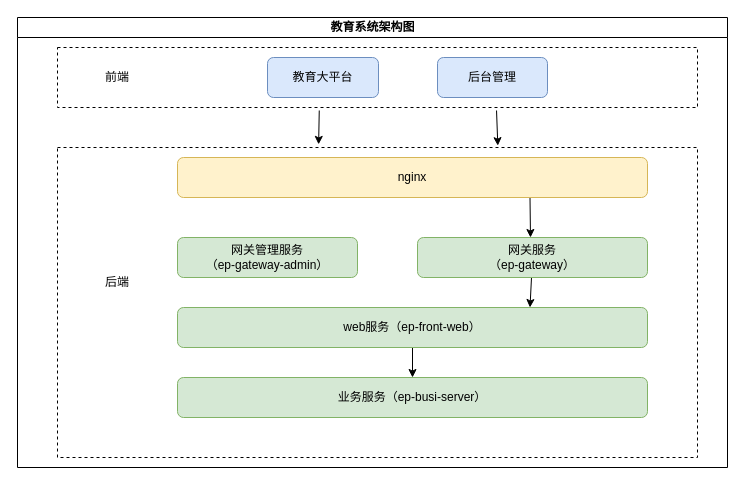
Before: 教育架构图.drawio in liangdengming/diagrams, a draw.io diagram. Source tidied: cells renumbered, new cells numbered last; positions are measured from the earlier drawing's top-left corner, leaving out a move shared by most shapes. Both pictures are drawn from the tidied source at 100%, with x=0, y=0 at pixel (17, 17).
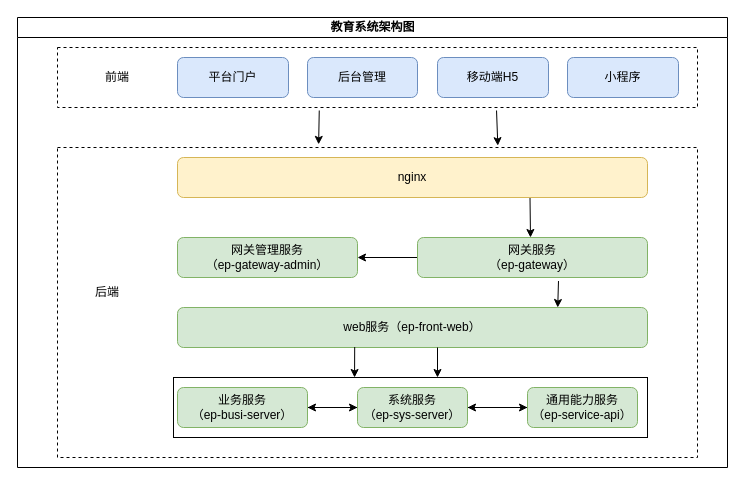
Above is the later version.

Commit message:
教育架构图.drawio

Unchanged cells that the change refers to:
```xml
<mxCell id="2" value="教育系统架构图" style="swimlane;html=1;startSize=20;horizontal=1;containerType=tree;glass=0;" parent="1" vertex="1">
  <mxGeometry width="710" height="450" as="geometry" />
</mxCell>
<mxCell id="12" value="网关服务&lt;br&gt;（ep-gateway）" style="rounded=1;whiteSpace=wrap;html=1;fillColor=#d5e8d4;strokeColor=#82b366;" parent="2" vertex="1">
  <mxGeometry x="400" y="220" width="230" height="40" as="geometry" />
</mxCell>
<mxCell id="14" value="web服务（ep-front-web）" style="rounded=1;whiteSpace=wrap;html=1;fillColor=#d5e8d4;strokeColor=#82b366;" parent="2" vertex="1">
  <mxGeometry x="160" y="290" width="470" height="40" as="geometry" />
</mxCell>
<mxCell id="17" value="网关管理服务&lt;br&gt;（ep-gateway-admin）" style="rounded=1;whiteSpace=wrap;html=1;fillColor=#d5e8d4;strokeColor=#82b366;" parent="2" vertex="1">
  <mxGeometry x="160" y="220" width="180" height="40" as="geometry" />
</mxCell>
```

The edit, as a diff of the source:
```diff
@@
-    <mxCell id="6" value="教育大平台" style="rounded=1;whiteSpace=wrap;html=1;fillColor=#dae8fc;strokeColor=#6c8ebf;" parent="2" vertex="1">
-      <mxGeometry x="250" y="40" width="111" height="40" as="geometry" />
+    <mxCell id="6" value="平台门户" style="rounded=1;whiteSpace=wrap;html=1;fillColor=#dae8fc;strokeColor=#6c8ebf;" parent="2" vertex="1">
+      <mxGeometry x="160" y="40" width="111" height="40" as="geometry" />
     </mxCell>
     <mxCell id="7" value="后台管理" style="rounded=1;whiteSpace=wrap;html=1;fillColor=#dae8fc;strokeColor=#6c8ebf;" parent="2" vertex="1">
-      <mxGeometry x="420" y="40" width="110" height="40" as="geometry" />
+      <mxGeometry x="290" y="40" width="110" height="40" as="geometry" />
     </mxCell>
@@
     <mxCell id="10" value="后端" style="text;html=1;strokeColor=none;fillColor=none;align=center;verticalAlign=middle;whiteSpace=wrap;rounded=0;" parent="2" vertex="1">
-      <mxGeometry x="70" y="250" width="60" height="30" as="geometry" />
+      <mxGeometry x="60" y="260" width="60" height="30" as="geometry" />
     </mxCell>
-    <mxCell id="11" style="rounded=0;jettySize=auto;html=1;entryX=0.75;entryY=0;entryDx=0;entryDy=0;" parent="2" edge="1" source="12" target="14">
+    <mxCell id="11" style="rounded=0;jettySize=auto;html=1;entryX=0.809;entryY=0;entryDx=0;entryDy=0;exitX=0.613;exitY=1.088;exitDx=0;exitDy=0;entryPerimeter=0;exitPerimeter=0;" parent="2" edge="1" source="12" target="14">
       <mxGeometry relative="1" as="geometry" />
     </mxCell>
+    <mxCell id="19" style="edgeStyle=orthogonalEdgeStyle;rounded=0;jettySize=auto;html=1;entryX=1;entryY=0.5;entryDx=0;entryDy=0;" parent="2" edge="1" source="12" target="17">
+      <mxGeometry relative="1" as="geometry" />
+    </mxCell>
@@
-    <mxCell id="13" style="edgeStyle=none;rounded=0;jettySize=auto;html=1;entryX=0.5;entryY=0;entryDx=0;entryDy=0;" parent="2" edge="1" source="14" target="18">
-      <mxGeometry relative="1" as="geometry" />
-    </mxCell>
@@
-    <mxCell id="18" value="业务服务（ep-busi-server）" style="rounded=1;whiteSpace=wrap;html=1;fillColor=#d5e8d4;strokeColor=#82b366;" parent="2" vertex="1">
-      <mxGeometry x="160" y="360" width="470" height="40" as="geometry" />
-    </mxCell>
+    <mxCell id="20" value="移动端H5" style="rounded=1;whiteSpace=wrap;html=1;fillColor=#dae8fc;strokeColor=#6c8ebf;" parent="2" vertex="1">
+      <mxGeometry x="420" y="40" width="111" height="40" as="geometry" />
+    </mxCell>
+    <mxCell id="21" value="小程序" style="rounded=1;whiteSpace=wrap;html=1;fillColor=#dae8fc;strokeColor=#6c8ebf;" parent="2" vertex="1">
+      <mxGeometry x="550" y="40" width="111" height="40" as="geometry" />
+    </mxCell>
+    <mxCell id="22" style="edgeStyle=none;rounded=0;orthogonalLoop=1;jettySize=auto;html=1;entryX=0.5;entryY=0;entryDx=0;entryDy=0;" parent="2" edge="1">
+      <mxGeometry relative="1" as="geometry">
+        <mxPoint x="420" y="330" as="sourcePoint" />
+        <mxPoint x="420" y="360" as="targetPoint" />
+      </mxGeometry>
+    </mxCell>
+    <mxCell id="23" style="rounded=0;whiteSpace=wrap;html=1;" parent="2" vertex="1">
+      <mxGeometry x="156" y="360" width="474" height="60" as="geometry" />
+    </mxCell>
+    <mxCell id="24" style="edgeStyle=orthogonalEdgeStyle;rounded=0;jettySize=auto;html=1;" parent="2" edge="1" source="25" target="28">
+      <mxGeometry relative="1" as="geometry" />
+    </mxCell>
+    <mxCell id="25" value="业务服务&lt;br&gt;（ep-busi-server）" style="rounded=1;whiteSpace=wrap;html=1;fillColor=#d5e8d4;strokeColor=#82b366;" parent="2" vertex="1">
+      <mxGeometry x="160" y="370" width="130" height="40" as="geometry" />
+    </mxCell>
+    <mxCell id="26" style="edgeStyle=orthogonalEdgeStyle;rounded=0;jettySize=auto;html=1;entryX=0;entryY=0.5;entryDx=0;entryDy=0;" parent="2" edge="1" source="28" target="30">
+      <mxGeometry relative="1" as="geometry" />
+    </mxCell>
+    <mxCell id="27" style="edgeStyle=orthogonalEdgeStyle;rounded=0;jettySize=auto;html=1;entryX=1;entryY=0.5;entryDx=0;entryDy=0;" parent="2" edge="1" source="28" target="25">
+      <mxGeometry relative="1" as="geometry" />
+    </mxCell>
+    <mxCell id="28" value="系统服务&lt;br&gt;（ep-sys-server）" style="rounded=1;whiteSpace=wrap;html=1;fillColor=#d5e8d4;strokeColor=#82b366;" parent="2" vertex="1">
+      <mxGeometry x="340" y="370" width="110" height="40" as="geometry" />
+    </mxCell>
+    <mxCell id="29" style="edgeStyle=orthogonalEdgeStyle;rounded=0;jettySize=auto;html=1;entryX=1;entryY=0.5;entryDx=0;entryDy=0;" parent="2" edge="1" source="30" target="28">
+      <mxGeometry relative="1" as="geometry" />
+    </mxCell>
+    <mxCell id="30" value="通用能力服务&lt;br&gt;（ep-service-api）" style="rounded=1;whiteSpace=wrap;html=1;fillColor=#d5e8d4;strokeColor=#82b366;" parent="2" vertex="1">
+      <mxGeometry x="510" y="370" width="110" height="40" as="geometry" />
+    </mxCell>
+    <mxCell id="31" style="edgeStyle=none;rounded=0;jettySize=auto;html=1;entryX=0.382;entryY=0;entryDx=0;entryDy=0;exitX=0.377;exitY=0.988;exitDx=0;exitDy=0;exitPerimeter=0;entryPerimeter=0;" parent="2" edge="1" source="14" target="23">
+      <mxGeometry relative="1" as="geometry" />
+    </mxCell>
```
